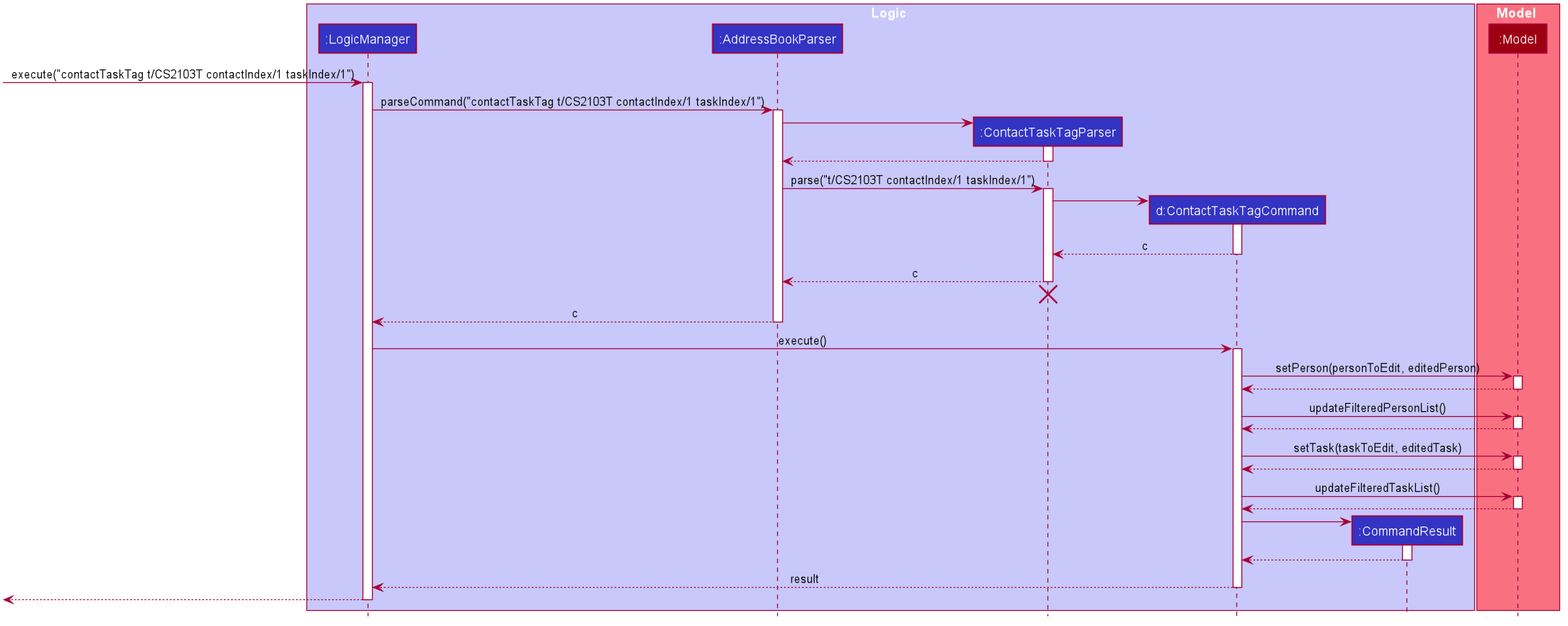
urieltan/tp keeps this PlantUML diagram as docs/images/contactTaskTag/contactTaskTagSequenceDiagram.png. Above is the earlier version. The source it was exported from:
```plantuml
@startuml








skinparam BackgroundColor #FFFFFFF

skinparam Shadowing false

skinparam Class {
    FontColor #FFFFFF
    BorderThickness 1
    BorderColor #FFFFFF
    StereotypeFontColor #FFFFFF
    FontName Arial
}

skinparam Actor {
    BorderColor #000000
    Color #000000
    FontName Arial
}

skinparam Sequence {
    MessageAlign center
    BoxFontSize 15
    BoxPadding 0
    BoxFontColor #FFFFFF
    FontName Arial
}

skinparam Participant {
    FontColor #FFFFFFF
    Padding 20
}

skinparam MinClassWidth 50
skinparam ParticipantPadding 10
skinparam Shadowing false
skinparam DefaultTextAlignment center
skinparam packageStyle Rectangle

hide footbox
hide members
hide circle

box Logic #C8C8FA
participant ":LogicManager" as LogicManager #3333C4
participant ":AddressBookParser" as AddressBookParser #3333C4
participant ":ContactTaskTagParser" as ContactTaskTagParser #3333C4
participant "d:ContactTaskTagCommand" as ContactTaskTagCommand #3333C4
participant ":CommandResult" as CommandResult #3333C4
end box

box Model #F97181
participant ":Model" as Model #9D0012
end box

[-> LogicManager : execute("contactTaskTag t/CS2103T contactIndex/1 taskIndex/1")
activate LogicManager

LogicManager -> AddressBookParser : parseCommand("contactTaskTag t/CS2103T contactIndex/1 taskIndex/1")
activate AddressBookParser

create ContactTaskTagParser
AddressBookParser -> ContactTaskTagParser
activate ContactTaskTagParser

ContactTaskTagParser --> AddressBookParser
deactivate ContactTaskTagParser

AddressBookParser -> ContactTaskTagParser : parse("t/CS2103T contactIndex/1 taskIndex/1")
activate ContactTaskTagParser

create ContactTaskTagCommand
ContactTaskTagParser -> ContactTaskTagCommand
activate ContactTaskTagCommand

ContactTaskTagCommand --> ContactTaskTagParser : c
deactivate ContactTaskTagCommand

ContactTaskTagParser --> AddressBookParser : c
deactivate ContactTaskTagParser
ContactTaskTagParser -[hidden]-> AddressBookParser
destroy ContactTaskTagParser

AddressBookParser --> LogicManager : c
deactivate AddressBookParser

LogicManager -> ContactTaskTagCommand : execute()
activate ContactTaskTagCommand

ContactTaskTagCommand -> Model : setPerson(personToEdit, editedPerson)
activate Model

Model --> ContactTaskTagCommand
deactivate Model

ContactTaskTagCommand -> Model : updateFilteredPersonList()
activate Model

Model --> ContactTaskTagCommand
deactivate Model

ContactTaskTagCommand -> Model : setTask(taskToEdit, editedTask)
activate Model

Model --> ContactTaskTagCommand
deactivate Model

ContactTaskTagCommand -> Model : updateFilteredTaskList()
activate Model

Model --> ContactTaskTagCommand
deactivate Model

create CommandResult
ContactTaskTagCommand -> CommandResult
activate CommandResult

CommandResult --> ContactTaskTagCommand
deactivate CommandResult

ContactTaskTagCommand --> LogicManager : result
deactivate ContactTaskTagCommand

[<--LogicManager
deactivate LogicManager
@enduml
```
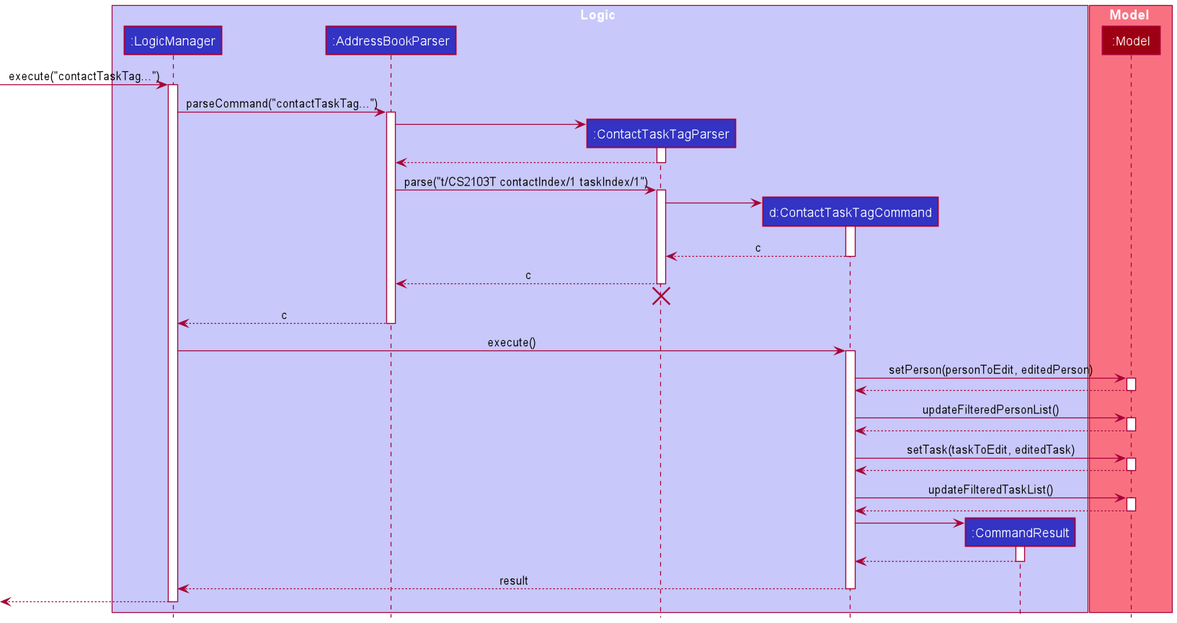
Later version of the same file.

Change to the diagram source:
```diff
@@ -1,69 +1,22 @@
 @startuml
+!include style.puml
 
-
-
-
-
-
-
-
-skinparam BackgroundColor #FFFFFFF
-
-skinparam Shadowing false
-
-skinparam Class {
-    FontColor #FFFFFF
-    BorderThickness 1
-    BorderColor #FFFFFF
-    StereotypeFontColor #FFFFFF
-    FontName Arial
-}
-
-skinparam Actor {
-    BorderColor #000000
-    Color #000000
-    FontName Arial
-}
-
-skinparam Sequence {
-    MessageAlign center
-    BoxFontSize 15
-    BoxPadding 0
-    BoxFontColor #FFFFFF
-    FontName Arial
-}
-
-skinparam Participant {
-    FontColor #FFFFFFF
-    Padding 20
-}
-
-skinparam MinClassWidth 50
-skinparam ParticipantPadding 10
-skinparam Shadowing false
-skinparam DefaultTextAlignment center
-skinparam packageStyle Rectangle
-
-hide footbox
-hide members
-hide circle
-
-box Logic #C8C8FA
-participant ":LogicManager" as LogicManager #3333C4
-participant ":AddressBookParser" as AddressBookParser #3333C4
-participant ":ContactTaskTagParser" as ContactTaskTagParser #3333C4
-participant "d:ContactTaskTagCommand" as ContactTaskTagCommand #3333C4
-participant ":CommandResult" as CommandResult #3333C4
+box Logic LOGIC_COLOR_T1
+participant ":LogicManager" as LogicManager LOGIC_COLOR
+participant ":AddressBookParser" as AddressBookParser LOGIC_COLOR
+participant ":ContactTaskTagParser" as ContactTaskTagParser LOGIC_COLOR
+participant "d:ContactTaskTagCommand" as ContactTaskTagCommand LOGIC_COLOR
+participant ":CommandResult" as CommandResult LOGIC_COLOR
 end box
 
-box Model #F97181
-participant ":Model" as Model #9D0012
+box Model MODEL_COLOR_T1
+participant ":Model" as Model MODEL_COLOR
 end box
 
-[-> LogicManager : execute("contactTaskTag t/CS2103T contactIndex/1 taskIndex/1")
+[-> LogicManager : execute("contactTaskTag...")
 activate LogicManager
 
-LogicManager -> AddressBookParser : parseCommand("contactTaskTag t/CS2103T contactIndex/1 taskIndex/1")
+LogicManager -> AddressBookParser : parseCommand("contactTaskTag...")
 activate AddressBookParser
 
 create ContactTaskTagParser
```
